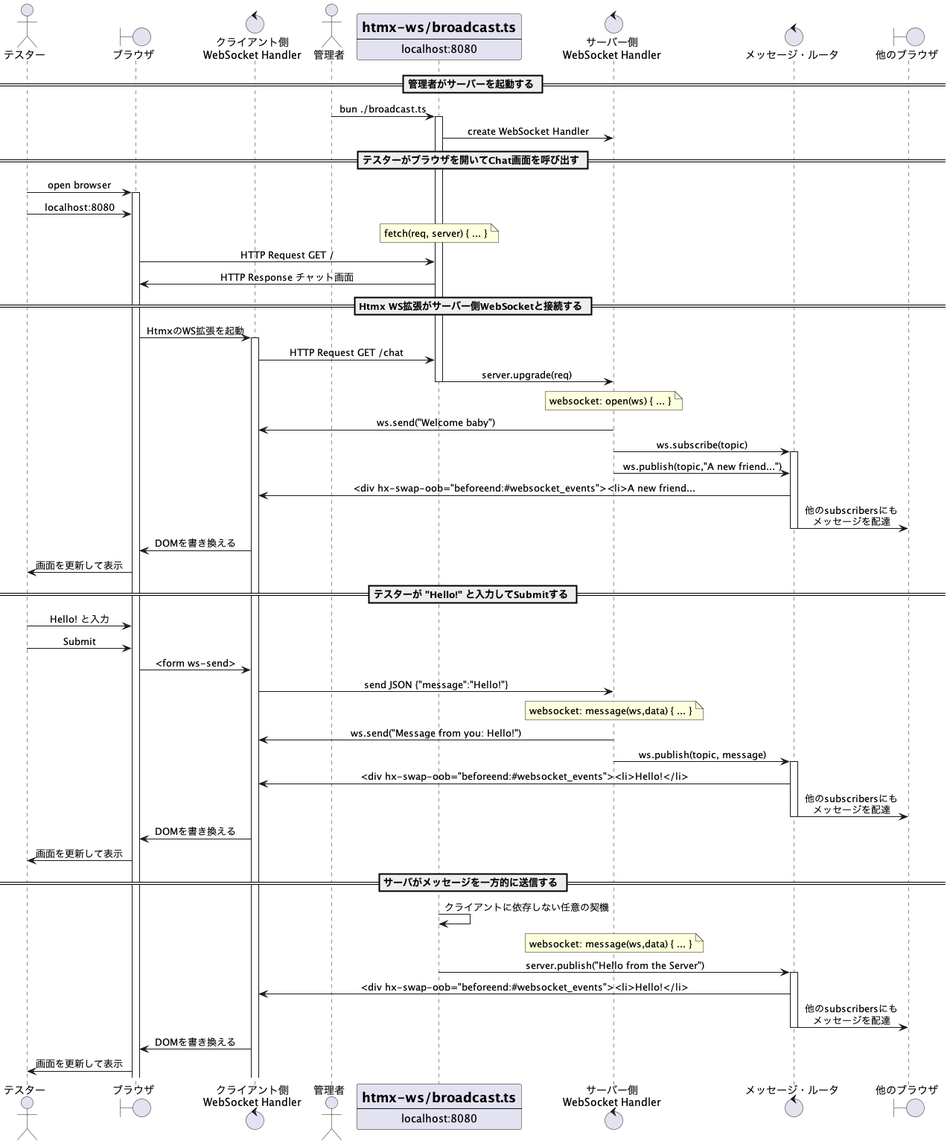
Above: docs/diagrams/out/sequence/sequence.png in kazurayam/websocket-demo (PlantUML), before the change.
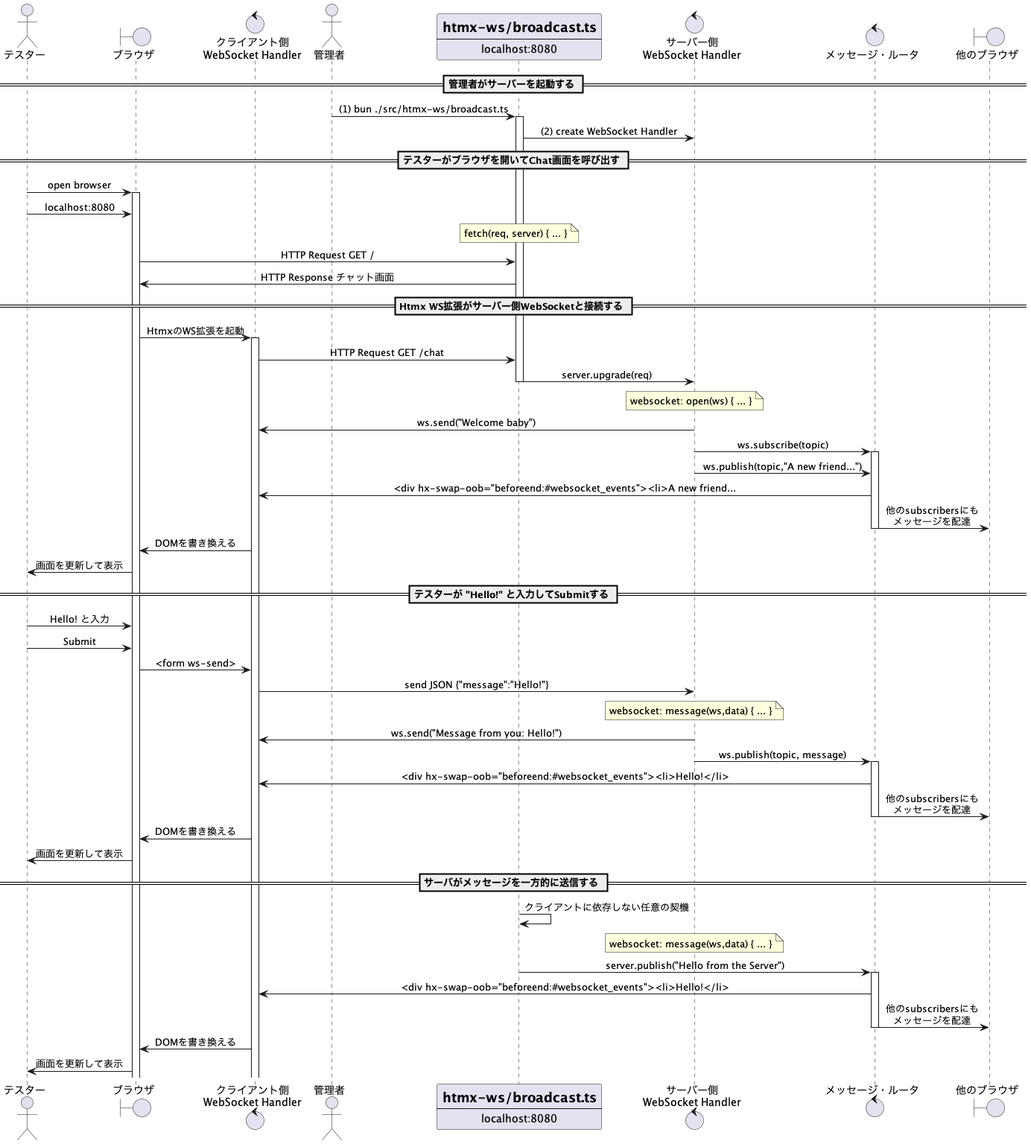
The same file after the commit.

The edit, as a diff of the source:
```diff
@@ -15,9 +15,9 @@
 boundary    "他のブラウザ"       as others
 
 == 管理者がサーバーを起動する ==
-admin       ->   server     : bun ./broadcast.ts
+admin       ->   server     : (1) bun ./src/htmx-ws/broadcast.ts
 activate server
-server      ->   sWS        : create WebSocket Handler
+server      ->   sWS        : (2) create WebSocket Handler
 
 == テスターがブラウザを開いてChat画面を呼び出す ==
 tester      ->   chrome     : open browser
```
